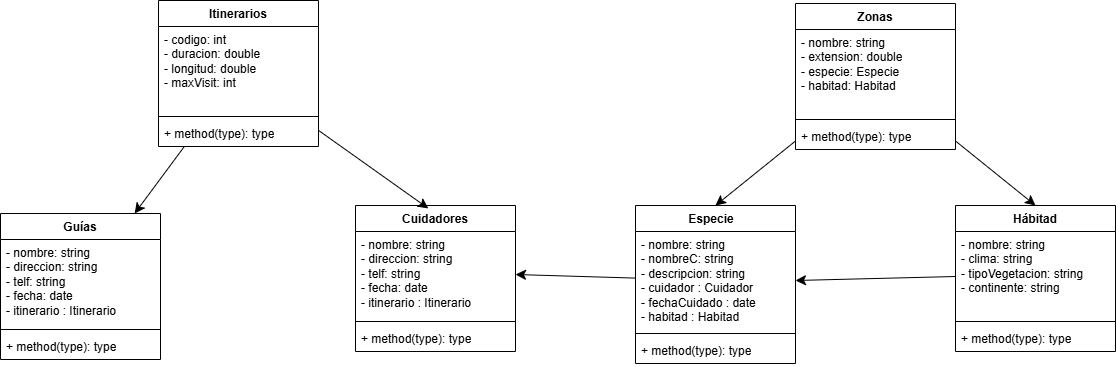
The draw.io diagram Development Environment/Diagrama sin título.drawio.png in Samue45/1-DAM, before a commit. Source tidied: cells renumbered, new cells last; positions are measured from the earlier drawing's top-left corner, leaving out a move shared by most shapes. Its diagram source:
```xml
<mxGraphModel>
  <root>
    <mxCell id="0" />
    <mxCell id="1" parent="0" />
    <mxCell id="2" value="Especie&lt;span style=&quot;white-space: pre;&quot;&gt;&#9;&lt;/span&gt;" style="swimlane;fontStyle=1;align=center;verticalAlign=top;horizontal=1;startSize=26;whiteSpace=wrap;html=1;" parent="1" vertex="1">
      <mxGeometry x="635" y="205" width="160" height="158" as="geometry" />
    </mxCell>
    <mxCell id="3" value="- nombre: string&amp;nbsp;&lt;div&gt;- nombreC: string&amp;nbsp;&lt;div&gt;- descripcion: string&amp;nbsp;&lt;div&gt;- cuidador : Cuidador&lt;/div&gt;&lt;/div&gt;&lt;/div&gt;&lt;div&gt;- fechaCuidado : date&lt;/div&gt;&lt;div&gt;- habitad : Habitad&lt;/div&gt;" style="text;strokeColor=none;fillColor=none;align=left;verticalAlign=top;spacingLeft=4;spacingRight=4;overflow=hidden;points=[[0,0.5],[1,0.5]];portConstraint=eastwest;whiteSpace=wrap;html=1;" parent="2" vertex="1">
      <mxGeometry y="26" width="160" height="98" as="geometry" />
    </mxCell>
    <mxCell id="4" style="line;strokeWidth=1;fillColor=none;align=left;verticalAlign=middle;spacingTop=-1;spacingLeft=3;spacingRight=3;labelPosition=right;strokeColor=inherit;" parent="2" vertex="1">
      <mxGeometry y="124" width="160" height="8" as="geometry" />
    </mxCell>
    <mxCell id="5" value="+ method(type): type" style="text;strokeColor=none;fillColor=none;align=left;verticalAlign=top;spacingLeft=4;spacingRight=4;overflow=hidden;whiteSpace=wrap;html=1;" parent="2" vertex="1">
      <mxGeometry y="132" width="160" height="26" as="geometry" />
    </mxCell>
    <mxCell id="6" value="Hábitad" style="swimlane;fontStyle=1;align=center;verticalAlign=top;horizontal=1;startSize=26;whiteSpace=wrap;html=1;" parent="1" vertex="1">
      <mxGeometry x="955" y="205" width="160" height="146" as="geometry" />
    </mxCell>
    <mxCell id="7" value="- nombre: string&amp;nbsp;&lt;div&gt;- clima: string&amp;nbsp;&lt;div&gt;- tipoVegetacion: string&lt;/div&gt;&lt;div&gt;- continente: string&amp;nbsp;&lt;div&gt;&lt;br&gt;&lt;/div&gt;&lt;/div&gt;&lt;div&gt;&lt;br&gt;&lt;/div&gt;&lt;/div&gt;" style="text;strokeColor=none;fillColor=none;align=left;verticalAlign=top;spacingLeft=4;spacingRight=4;overflow=hidden;points=[[0,0.5],[1,0.5]];portConstraint=eastwest;whiteSpace=wrap;html=1;" parent="6" vertex="1">
      <mxGeometry y="26" width="160" height="86" as="geometry" />
    </mxCell>
    <mxCell id="8" style="line;strokeWidth=1;fillColor=none;align=left;verticalAlign=middle;spacingTop=-1;spacingLeft=3;spacingRight=3;labelPosition=right;strokeColor=inherit;" parent="6" vertex="1">
      <mxGeometry y="112" width="160" height="8" as="geometry" />
    </mxCell>
    <mxCell id="9" value="+ method(type): type" style="text;strokeColor=none;fillColor=none;align=left;verticalAlign=top;spacingLeft=4;spacingRight=4;overflow=hidden;whiteSpace=wrap;html=1;" parent="6" vertex="1">
      <mxGeometry y="120" width="160" height="26" as="geometry" />
    </mxCell>
    <mxCell id="10" style="edgeStyle=none;curved=1;rounded=0;jettySize=auto;html=1;entryX=0.5;entryY=0;entryDx=0;entryDy=0;fontSize=12;startSize=8;endSize=8;" parent="1" edge="1" source="12" target="2">
      <mxGeometry relative="1" as="geometry" />
    </mxCell>
    <mxCell id="11" style="edgeStyle=none;curved=1;rounded=0;jettySize=auto;html=1;entryX=0.5;entryY=0;entryDx=0;entryDy=0;fontSize=12;startSize=8;endSize=8;" parent="1" edge="1" source="12" target="6">
      <mxGeometry relative="1" as="geometry" />
    </mxCell>
    <mxCell id="12" value="Zonas" style="swimlane;fontStyle=1;align=center;verticalAlign=top;horizontal=1;startSize=26;whiteSpace=wrap;html=1;" parent="1" vertex="1">
      <mxGeometry x="795" y="3" width="160" height="146" as="geometry" />
    </mxCell>
    <mxCell id="13" value="- nombre: string&lt;div&gt;&lt;span style=&quot;background-color: initial;&quot;&gt;- extension: double&lt;/span&gt;&lt;/div&gt;&lt;div&gt;&lt;span style=&quot;background-color: initial;&quot;&gt;- especie: Especie&lt;/span&gt;&lt;/div&gt;&lt;div&gt;&lt;span style=&quot;background-color: initial;&quot;&gt;- habitad: Habitad&amp;nbsp;&lt;/span&gt;&lt;div&gt;&lt;div&gt;&lt;div&gt;&lt;br&gt;&lt;/div&gt;&lt;/div&gt;&lt;div&gt;&lt;br&gt;&lt;/div&gt;&lt;/div&gt;&lt;/div&gt;" style="text;strokeColor=none;fillColor=none;align=left;verticalAlign=top;spacingLeft=4;spacingRight=4;overflow=hidden;points=[[0,0.5],[1,0.5]];portConstraint=eastwest;whiteSpace=wrap;html=1;" parent="12" vertex="1">
      <mxGeometry y="26" width="160" height="86" as="geometry" />
    </mxCell>
    <mxCell id="14" style="line;strokeWidth=1;fillColor=none;align=left;verticalAlign=middle;spacingTop=-1;spacingLeft=3;spacingRight=3;labelPosition=right;strokeColor=inherit;" parent="12" vertex="1">
      <mxGeometry y="112" width="160" height="8" as="geometry" />
    </mxCell>
    <mxCell id="15" value="+ method(type): type" style="text;strokeColor=none;fillColor=none;align=left;verticalAlign=top;spacingLeft=4;spacingRight=4;overflow=hidden;whiteSpace=wrap;html=1;" parent="12" vertex="1">
      <mxGeometry y="120" width="160" height="26" as="geometry" />
    </mxCell>
    <mxCell id="16" style="edgeStyle=none;curved=1;rounded=0;jettySize=auto;html=1;fontSize=12;startSize=8;endSize=8;" parent="1" edge="1" source="17" target="21">
      <mxGeometry relative="1" as="geometry" />
    </mxCell>
    <mxCell id="17" value="Itinerarios" style="swimlane;fontStyle=1;align=center;verticalAlign=top;horizontal=1;startSize=26;whiteSpace=wrap;html=1;" parent="1" vertex="1">
      <mxGeometry x="158" width="160" height="146" as="geometry" />
    </mxCell>
    <mxCell id="18" value="- codigo: int&lt;div&gt;&lt;span style=&quot;background-color: initial;&quot;&gt;- duracion: double&lt;/span&gt;&lt;/div&gt;&lt;div&gt;&lt;span style=&quot;background-color: initial;&quot;&gt;- longitud: double&lt;/span&gt;&lt;/div&gt;&lt;div&gt;&lt;span style=&quot;background-color: initial;&quot;&gt;- maxVisit: int&lt;/span&gt;&lt;div&gt;&lt;div&gt;&lt;div&gt;&lt;br&gt;&lt;/div&gt;&lt;/div&gt;&lt;div&gt;&lt;br&gt;&lt;/div&gt;&lt;/div&gt;&lt;/div&gt;" style="text;strokeColor=none;fillColor=none;align=left;verticalAlign=top;spacingLeft=4;spacingRight=4;overflow=hidden;points=[[0,0.5],[1,0.5]];portConstraint=eastwest;whiteSpace=wrap;html=1;" parent="17" vertex="1">
      <mxGeometry y="26" width="160" height="86" as="geometry" />
    </mxCell>
    <mxCell id="19" style="line;strokeWidth=1;fillColor=none;align=left;verticalAlign=middle;spacingTop=-1;spacingLeft=3;spacingRight=3;labelPosition=right;strokeColor=inherit;" parent="17" vertex="1">
      <mxGeometry y="112" width="160" height="8" as="geometry" />
    </mxCell>
    <mxCell id="20" value="+ method(type): type" style="text;strokeColor=none;fillColor=none;align=left;verticalAlign=top;spacingLeft=4;spacingRight=4;overflow=hidden;whiteSpace=wrap;html=1;" parent="17" vertex="1">
      <mxGeometry y="120" width="160" height="26" as="geometry" />
    </mxCell>
    <mxCell id="21" value="Guías" style="swimlane;fontStyle=1;align=center;verticalAlign=top;horizontal=1;startSize=26;whiteSpace=wrap;html=1;" parent="1" vertex="1">
      <mxGeometry y="213" width="160" height="146" as="geometry" />
    </mxCell>
    <mxCell id="22" value="&lt;div&gt;&lt;div&gt;&lt;div&gt;- nombre: string&lt;/div&gt;&lt;/div&gt;&lt;/div&gt;&lt;div&gt;- direccion: string&lt;/div&gt;&lt;div&gt;- telf: string&lt;/div&gt;&lt;div&gt;- fecha: date&lt;/div&gt;&lt;div&gt;- itinerario : Itinerario&lt;/div&gt;" style="text;strokeColor=none;fillColor=none;align=left;verticalAlign=top;spacingLeft=4;spacingRight=4;overflow=hidden;whiteSpace=wrap;html=1;" parent="21" vertex="1">
      <mxGeometry y="26" width="160" height="86" as="geometry" />
    </mxCell>
    <mxCell id="23" style="line;strokeWidth=1;fillColor=none;align=left;verticalAlign=middle;spacingTop=-1;spacingLeft=3;spacingRight=3;labelPosition=right;strokeColor=inherit;" parent="21" vertex="1">
      <mxGeometry y="112" width="160" height="8" as="geometry" />
    </mxCell>
    <mxCell id="24" value="+ method(type): type" style="text;strokeColor=none;fillColor=none;align=left;verticalAlign=top;spacingLeft=4;spacingRight=4;overflow=hidden;whiteSpace=wrap;html=1;" parent="21" vertex="1">
      <mxGeometry y="120" width="160" height="26" as="geometry" />
    </mxCell>
    <mxCell id="25" value="Cuidadores" style="swimlane;fontStyle=1;align=center;verticalAlign=top;horizontal=1;startSize=26;whiteSpace=wrap;html=1;" parent="1" vertex="1">
      <mxGeometry x="355" y="205" width="160" height="146" as="geometry" />
    </mxCell>
    <mxCell id="26" value="&lt;div&gt;&lt;div&gt;&lt;div&gt;- nombre: string&lt;/div&gt;&lt;/div&gt;&lt;/div&gt;&lt;div&gt;- direccion: string&lt;/div&gt;&lt;div&gt;- telf: string&lt;/div&gt;&lt;div&gt;- fecha: date&lt;/div&gt;&lt;div&gt;- itinerario : Itinerario&lt;/div&gt;" style="text;strokeColor=none;fillColor=none;align=left;verticalAlign=top;spacingLeft=4;spacingRight=4;overflow=hidden;points=[[0,0.5],[1,0.5]];portConstraint=eastwest;whiteSpace=wrap;html=1;" parent="25" vertex="1">
      <mxGeometry y="26" width="160" height="86" as="geometry" />
    </mxCell>
    <mxCell id="27" style="line;strokeWidth=1;fillColor=none;align=left;verticalAlign=middle;spacingTop=-1;spacingLeft=3;spacingRight=3;labelPosition=right;strokeColor=inherit;" parent="25" vertex="1">
      <mxGeometry y="112" width="160" height="8" as="geometry" />
    </mxCell>
    <mxCell id="28" value="+ method(type): type" style="text;strokeColor=none;fillColor=none;align=left;verticalAlign=top;spacingLeft=4;spacingRight=4;overflow=hidden;whiteSpace=wrap;html=1;" parent="25" vertex="1">
      <mxGeometry y="120" width="160" height="26" as="geometry" />
    </mxCell>
    <mxCell id="29" style="edgeStyle=none;curved=1;rounded=0;jettySize=auto;html=1;entryX=1;entryY=0.5;entryDx=0;entryDy=0;fontSize=12;startSize=8;endSize=8;" parent="1" edge="1" source="3" target="26">
      <mxGeometry relative="1" as="geometry" />
    </mxCell>
    <mxCell id="30" style="edgeStyle=none;curved=1;rounded=0;jettySize=auto;html=1;entryX=0.455;entryY=0.02;entryDx=0;entryDy=0;entryPerimeter=0;fontSize=12;startSize=8;endSize=8;" parent="1" edge="1" source="17" target="25">
      <mxGeometry relative="1" as="geometry" />
    </mxCell>
    <mxCell id="31" style="edgeStyle=none;curved=1;rounded=0;jettySize=auto;html=1;entryX=1;entryY=0.5;entryDx=0;entryDy=0;fontSize=12;startSize=8;endSize=8;" parent="1" edge="1" source="7" target="3">
      <mxGeometry relative="1" as="geometry" />
    </mxCell>
  </root>
</mxGraphModel>
```
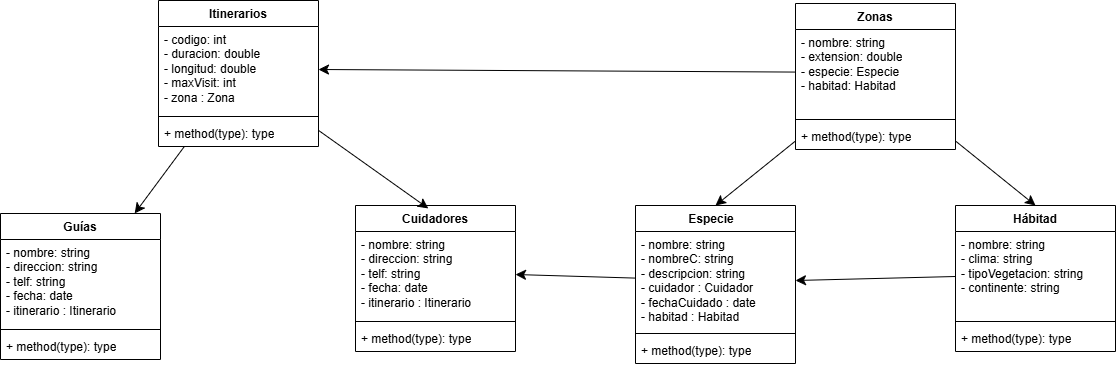
Later version of the same file.

The edit, as a diff of the source:
```diff
@@ -50,7 +50,7 @@
     <mxCell id="17" value="Itinerarios" style="swimlane;fontStyle=1;align=center;verticalAlign=top;horizontal=1;startSize=26;whiteSpace=wrap;html=1;" parent="1" vertex="1">
       <mxGeometry x="158" width="160" height="146" as="geometry" />
     </mxCell>
-    <mxCell id="18" value="- codigo: int&lt;div&gt;&lt;span style=&quot;background-color: initial;&quot;&gt;- duracion: double&lt;/span&gt;&lt;/div&gt;&lt;div&gt;&lt;span style=&quot;background-color: initial;&quot;&gt;- longitud: double&lt;/span&gt;&lt;/div&gt;&lt;div&gt;&lt;span style=&quot;background-color: initial;&quot;&gt;- maxVisit: int&lt;/span&gt;&lt;div&gt;&lt;div&gt;&lt;div&gt;&lt;br&gt;&lt;/div&gt;&lt;/div&gt;&lt;div&gt;&lt;br&gt;&lt;/div&gt;&lt;/div&gt;&lt;/div&gt;" style="text;strokeColor=none;fillColor=none;align=left;verticalAlign=top;spacingLeft=4;spacingRight=4;overflow=hidden;points=[[0,0.5],[1,0.5]];portConstraint=eastwest;whiteSpace=wrap;html=1;" parent="17" vertex="1">
+    <mxCell id="18" value="- codigo: int&lt;div&gt;&lt;span style=&quot;background-color: initial;&quot;&gt;- duracion: double&lt;/span&gt;&lt;/div&gt;&lt;div&gt;&lt;span style=&quot;background-color: initial;&quot;&gt;- longitud: double&lt;/span&gt;&lt;/div&gt;&lt;div&gt;&lt;span style=&quot;background-color: initial;&quot;&gt;- maxVisit: int&lt;/span&gt;&lt;/div&gt;&lt;div&gt;- zona : Zona&lt;br&gt;&lt;div&gt;&lt;div&gt;&lt;div&gt;&lt;br&gt;&lt;/div&gt;&lt;/div&gt;&lt;div&gt;&lt;br&gt;&lt;/div&gt;&lt;/div&gt;&lt;/div&gt;" style="text;strokeColor=none;fillColor=none;align=left;verticalAlign=top;spacingLeft=4;spacingRight=4;overflow=hidden;points=[[0,0.5],[1,0.5]];portConstraint=eastwest;whiteSpace=wrap;html=1;" parent="17" vertex="1">
       <mxGeometry y="26" width="160" height="86" as="geometry" />
     </mxCell>
     <mxCell id="19" style="line;strokeWidth=1;fillColor=none;align=left;verticalAlign=middle;spacingTop=-1;spacingLeft=3;spacingRight=3;labelPosition=right;strokeColor=inherit;" parent="17" vertex="1">
@@ -92,5 +92,8 @@
     <mxCell id="31" style="edgeStyle=none;curved=1;rounded=0;jettySize=auto;html=1;entryX=1;entryY=0.5;entryDx=0;entryDy=0;fontSize=12;startSize=8;endSize=8;" parent="1" edge="1" source="7" target="3">
       <mxGeometry relative="1" as="geometry" />
     </mxCell>
+    <mxCell id="32" style="edgeStyle=none;curved=1;rounded=0;jettySize=auto;html=1;entryX=1;entryY=0.5;entryDx=0;entryDy=0;fontSize=12;startSize=8;endSize=8;" parent="1" edge="1" source="13" target="18">
+      <mxGeometry relative="1" as="geometry" />
+    </mxCell>
   </root>
 </mxGraphModel>
```
